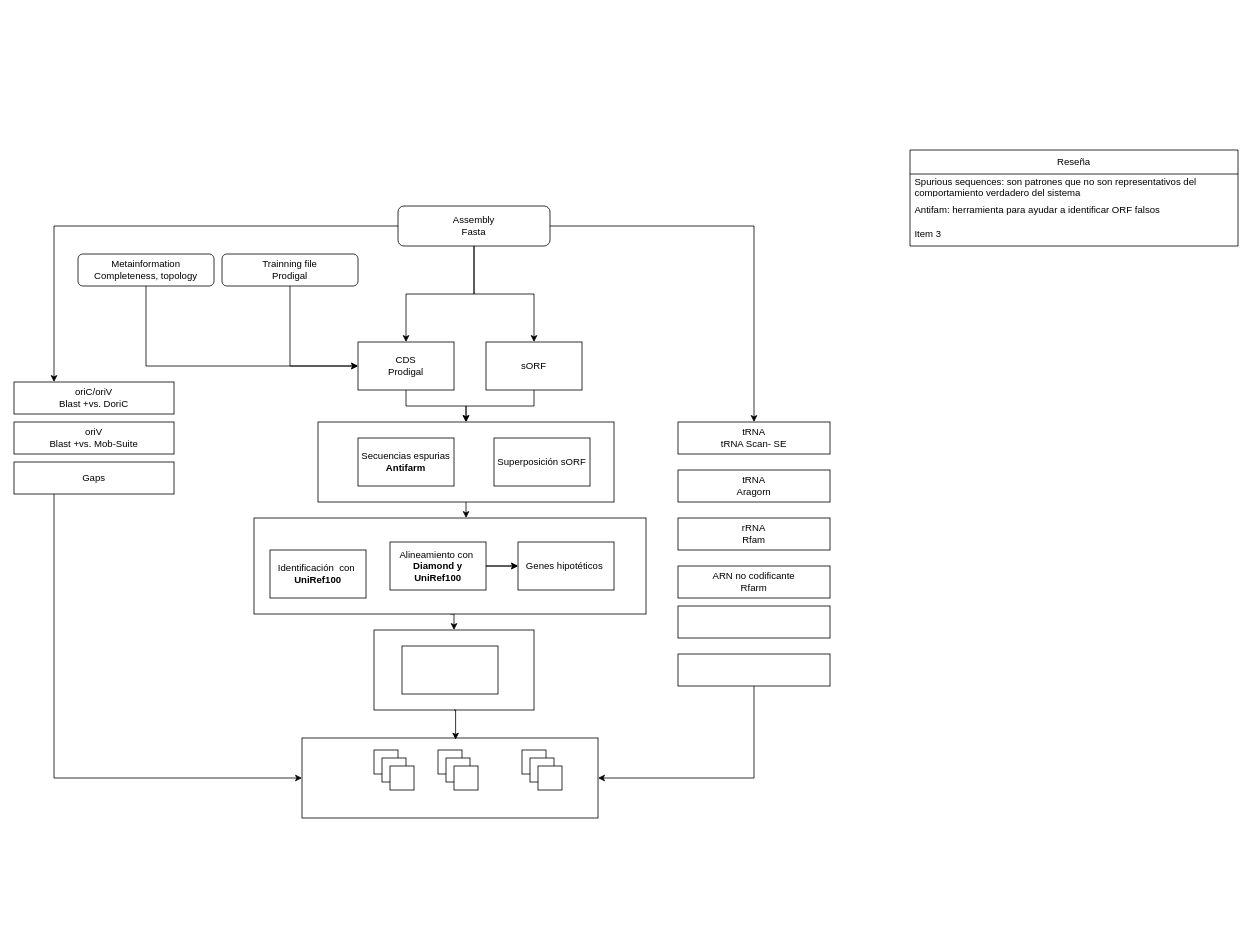
Before: Diagrama sin título.drawio in danycp5/Trabajo_final, a draw.io diagram. Source tidied: cells renumbered, new cells numbered last; positions are measured from the earlier drawing's top-left corner, leaving out a move shared by most shapes. Both pictures are drawn from the tidied source at 80%, with x=0, y=0 at pixel (14, 150).
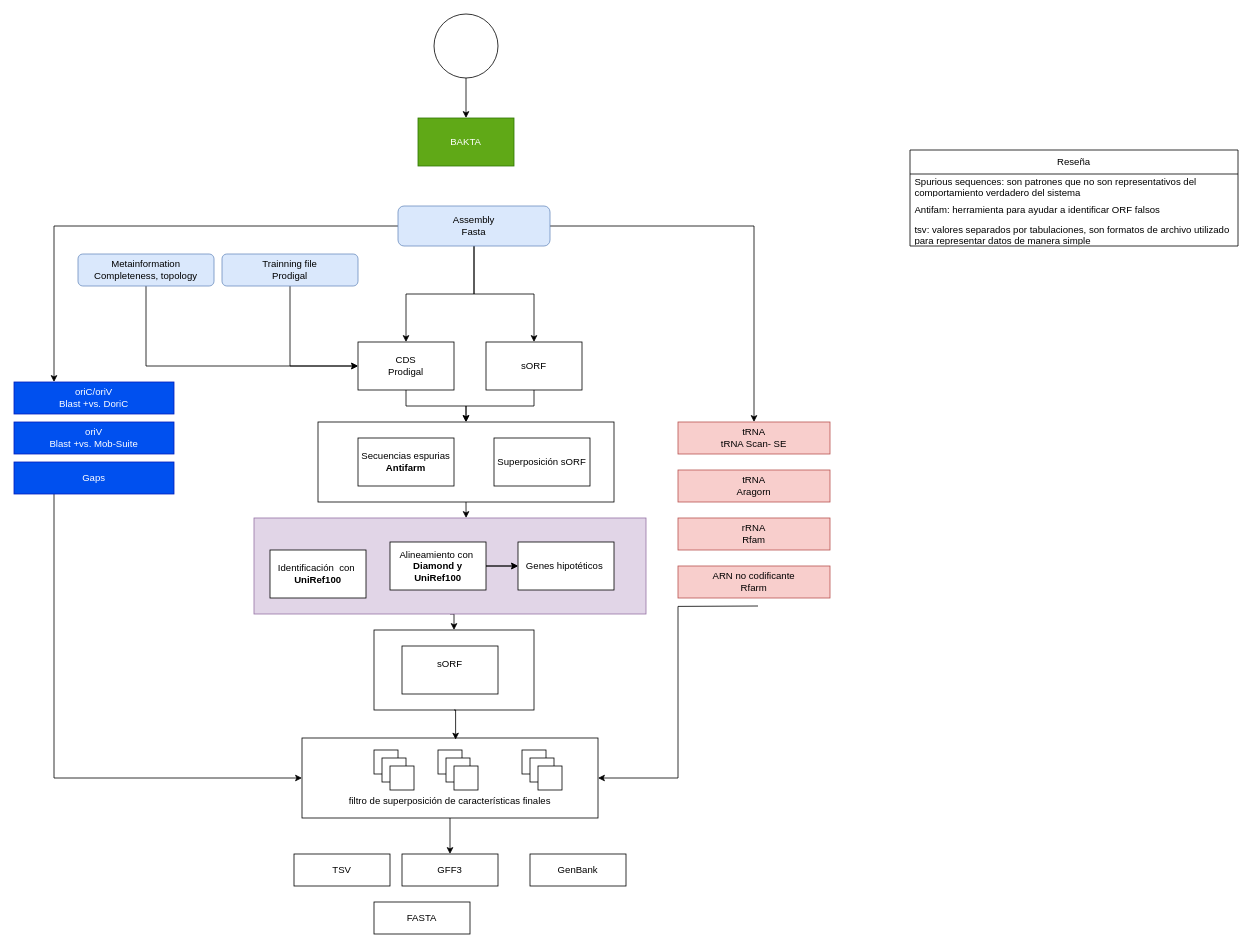
The same page after the edit.

Unchanged cells that the change refers to:
```xml
<mxCell id="50" value="Reseña" style="swimlane;fontStyle=0;horizontal=1;startSize=30;whiteSpace=wrap;html=1;" parent="1" vertex="1">
  <mxGeometry x="1120" width="410" height="120" as="geometry" />
</mxCell>
```

The edit, as a diff of the source:
```diff
@@
-    <mxCell id="4" style="rounded=0;whiteSpace=wrap;html=1;" parent="1" vertex="1">
+    <mxCell id="4" style="rounded=0;whiteSpace=wrap;html=1;fillColor=#e1d5e7;strokeColor=#9673a6;" parent="1" vertex="1">
       <mxGeometry x="300" y="460" width="490" height="120" as="geometry" />
     </mxCell>
@@
-    <mxCell id="17" style="rounded=0;whiteSpace=wrap;html=1;" parent="1" vertex="1">
+    <mxCell id="17" value="sORF&lt;div&gt;&lt;br/&gt;&lt;/div&gt;" style="rounded=0;whiteSpace=wrap;html=1;" parent="1" vertex="1">
       <mxGeometry x="485" y="620" width="120" height="60" as="geometry" />
     </mxCell>
+    <mxCell id="54" style="edgeStyle=orthogonalEdgeStyle;rounded=0;jettySize=auto;html=1;" parent="1" edge="1" source="18" target="55">
+      <mxGeometry relative="1" as="geometry" />
+    </mxCell>
-    <mxCell id="18" style="rounded=0;whiteSpace=wrap;html=1;" parent="1" vertex="1">
+    <mxCell id="18" value="&lt;div&gt;&lt;br&gt;&lt;/div&gt;&lt;div&gt;&lt;br&gt;&lt;/div&gt;&lt;div&gt;&lt;br&gt;&lt;/div&gt;&lt;div&gt;&lt;br&gt;&lt;/div&gt;&lt;div&gt;filtro de superposición de características finales&lt;/div&gt;" style="rounded=0;whiteSpace=wrap;html=1;" parent="1" vertex="1">
       <mxGeometry x="360" y="735" width="370" height="100" as="geometry" />
     </mxCell>
@@
-    <mxCell id="28" value="tRNA&lt;br&gt;tRNA Scan- SE" style="rounded=0;whiteSpace=wrap;html=1;" parent="1" vertex="1">
+    <mxCell id="28" value="tRNA&lt;br&gt;tRNA Scan- SE" style="rounded=0;whiteSpace=wrap;html=1;fillColor=#f8cecc;strokeColor=#b85450;" parent="1" vertex="1">
       <mxGeometry x="830" y="340" width="190" height="40" as="geometry" />
     </mxCell>
-    <mxCell id="29" value="tRNA&lt;br&gt;Aragorn" style="rounded=0;whiteSpace=wrap;html=1;" parent="1" vertex="1">
+    <mxCell id="29" value="tRNA&lt;br&gt;Aragorn" style="rounded=0;whiteSpace=wrap;html=1;fillColor=#f8cecc;strokeColor=#b85450;" parent="1" vertex="1">
       <mxGeometry x="830" y="400" width="190" height="40" as="geometry" />
     </mxCell>
-    <mxCell id="30" value="rRNA&lt;br&gt;Rfam" style="rounded=0;whiteSpace=wrap;html=1;" parent="1" vertex="1">
+    <mxCell id="30" value="rRNA&lt;br&gt;Rfam" style="rounded=0;whiteSpace=wrap;html=1;fillColor=#f8cecc;strokeColor=#b85450;" parent="1" vertex="1">
       <mxGeometry x="830" y="460" width="190" height="40" as="geometry" />
     </mxCell>
-    <mxCell id="31" value="ARN no codificante&lt;br&gt;Rfarm" style="rounded=0;whiteSpace=wrap;html=1;" parent="1" vertex="1">
+    <mxCell id="31" value="ARN no codificante&lt;br&gt;Rfarm" style="rounded=0;whiteSpace=wrap;html=1;fillColor=#f8cecc;strokeColor=#b85450;" parent="1" vertex="1">
       <mxGeometry x="830" y="520" width="190" height="40" as="geometry" />
     </mxCell>
-    <mxCell id="32" style="rounded=0;whiteSpace=wrap;html=1;" parent="1" vertex="1">
-      <mxGeometry x="830" y="570" width="190" height="40" as="geometry" />
-    </mxCell>
-    <mxCell id="33" style="edgeStyle=orthogonalEdgeStyle;rounded=0;jettySize=auto;html=1;exitX=0.5;exitY=1;exitDx=0;exitDy=0;entryX=1;entryY=0.5;entryDx=0;entryDy=0;" parent="1" edge="1" source="34" target="18">
-      <mxGeometry relative="1" as="geometry" />
+    <mxCell id="33" style="edgeStyle=orthogonalEdgeStyle;rounded=0;jettySize=auto;html=1;entryX=1;entryY=0.5;entryDx=0;entryDy=0;" parent="1" edge="1" target="18">
+      <mxGeometry relative="1" as="geometry">
+        <mxPoint x="930" y="570" as="sourcePoint" />
+      </mxGeometry>
     </mxCell>
-    <mxCell id="34" style="rounded=0;whiteSpace=wrap;html=1;" parent="1" vertex="1">
-      <mxGeometry x="830" y="630" width="190" height="40" as="geometry" />
-    </mxCell>
@@
-    <mxCell id="36" value="Metainformation&lt;div&gt;Completeness, topology&lt;/div&gt;" style="rounded=1;whiteSpace=wrap;html=1;" parent="1" vertex="1">
+    <mxCell id="36" value="Metainformation&lt;div&gt;Completeness, topology&lt;/div&gt;" style="rounded=1;whiteSpace=wrap;html=1;fillColor=#dae8fc;strokeColor=#6c8ebf;" parent="1" vertex="1">
       <mxGeometry x="80" y="130" width="170" height="40" as="geometry" />
     </mxCell>
@@
-    <mxCell id="38" value="Trainning file&lt;div&gt;Prodigal&lt;/div&gt;" style="rounded=1;whiteSpace=wrap;html=1;" parent="1" vertex="1">
+    <mxCell id="38" value="Trainning file&lt;div&gt;Prodigal&lt;/div&gt;" style="rounded=1;whiteSpace=wrap;html=1;fillColor=#dae8fc;strokeColor=#6c8ebf;" parent="1" vertex="1">
       <mxGeometry x="260" y="130" width="170" height="40" as="geometry" />
     </mxCell>
@@
-    <mxCell id="43" value="Assembly&lt;div&gt;Fasta&lt;/div&gt;" style="rounded=1;whiteSpace=wrap;html=1;" parent="1" vertex="1">
+    <mxCell id="43" value="Assembly&lt;div&gt;Fasta&lt;/div&gt;" style="rounded=1;whiteSpace=wrap;html=1;fillColor=#dae8fc;strokeColor=#6c8ebf;" parent="1" vertex="1">
       <mxGeometry x="480" y="70" width="190" height="50" as="geometry" />
     </mxCell>
-    <mxCell id="44" value="oriC/oriV&lt;div&gt;Blast +vs. DoriC&lt;/div&gt;" style="rounded=0;whiteSpace=wrap;html=1;" parent="1" vertex="1">
+    <mxCell id="44" value="oriC/oriV&lt;div&gt;Blast +vs. DoriC&lt;/div&gt;" style="rounded=0;whiteSpace=wrap;html=1;fillColor=#0050ef;fontColor=#ffffff;strokeColor=#001DBC;" parent="1" vertex="1">
       <mxGeometry y="290" width="200" height="40" as="geometry" />
     </mxCell>
-    <mxCell id="45" value="oriV&lt;div&gt;Blast +vs. Mob-Suite&lt;/div&gt;" style="rounded=0;whiteSpace=wrap;html=1;" parent="1" vertex="1">
+    <mxCell id="45" value="oriV&lt;div&gt;Blast +vs. Mob-Suite&lt;/div&gt;" style="rounded=0;whiteSpace=wrap;html=1;fillColor=#0050ef;fontColor=#ffffff;strokeColor=#001DBC;" parent="1" vertex="1">
       <mxGeometry y="340" width="200" height="40" as="geometry" />
     </mxCell>
@@
-    <mxCell id="47" value="Gaps" style="rounded=0;whiteSpace=wrap;html=1;" parent="1" vertex="1">
+    <mxCell id="47" value="Gaps" style="rounded=0;whiteSpace=wrap;html=1;fillColor=#0050ef;fontColor=#ffffff;strokeColor=#001DBC;" parent="1" vertex="1">
       <mxGeometry y="390" width="200" height="40" as="geometry" />
     </mxCell>
@@
-    <mxCell id="53" value="Item 3" style="text;strokeColor=none;fillColor=none;align=left;verticalAlign=middle;spacingLeft=4;spacingRight=4;overflow=hidden;whiteSpace=wrap;html=1;" parent="50" vertex="1">
+    <mxCell id="53" value="tsv: valores separados por tabulaciones, son formatos de archivo utilizado para representar datos de manera simple" style="text;strokeColor=none;fillColor=none;align=left;verticalAlign=middle;spacingLeft=4;spacingRight=4;overflow=hidden;whiteSpace=wrap;html=1;" parent="50" vertex="1">
       <mxGeometry y="90" width="410" height="30" as="geometry" />
     </mxCell>
+    <mxCell id="55" value="GFF3" style="whiteSpace=wrap;html=1;rounded=0;" parent="1" vertex="1">
+      <mxGeometry x="485" y="880" width="120" height="40" as="geometry" />
+    </mxCell>
+    <mxCell id="56" value="TSV" style="whiteSpace=wrap;html=1;rounded=0;" parent="1" vertex="1">
+      <mxGeometry x="350" y="880" width="120" height="40" as="geometry" />
+    </mxCell>
+    <mxCell id="57" value="GenBank" style="whiteSpace=wrap;html=1;rounded=0;" parent="1" vertex="1">
+      <mxGeometry x="645" y="880" width="120" height="40" as="geometry" />
+    </mxCell>
+    <mxCell id="58" value="FASTA" style="whiteSpace=wrap;html=1;rounded=0;" parent="1" vertex="1">
+      <mxGeometry x="450" y="940" width="120" height="40" as="geometry" />
+    </mxCell>
+    <mxCell id="59" style="edgeStyle=orthogonalEdgeStyle;rounded=0;jettySize=auto;html=1;" parent="1" edge="1" source="60" target="61">
+      <mxGeometry relative="1" as="geometry" />
+    </mxCell>
+    <mxCell id="60" style="ellipse;whiteSpace=wrap;html=1;" parent="1" vertex="1">
+      <mxGeometry x="525" y="-170" width="80" height="80" as="geometry" />
+    </mxCell>
+    <mxCell id="61" value="BAKTA" style="whiteSpace=wrap;html=1;fillColor=#60a917;fontColor=#ffffff;strokeColor=#2D7600;" parent="1" vertex="1">
+      <mxGeometry x="505" y="-40" width="120" height="60" as="geometry" />
+    </mxCell>
```
